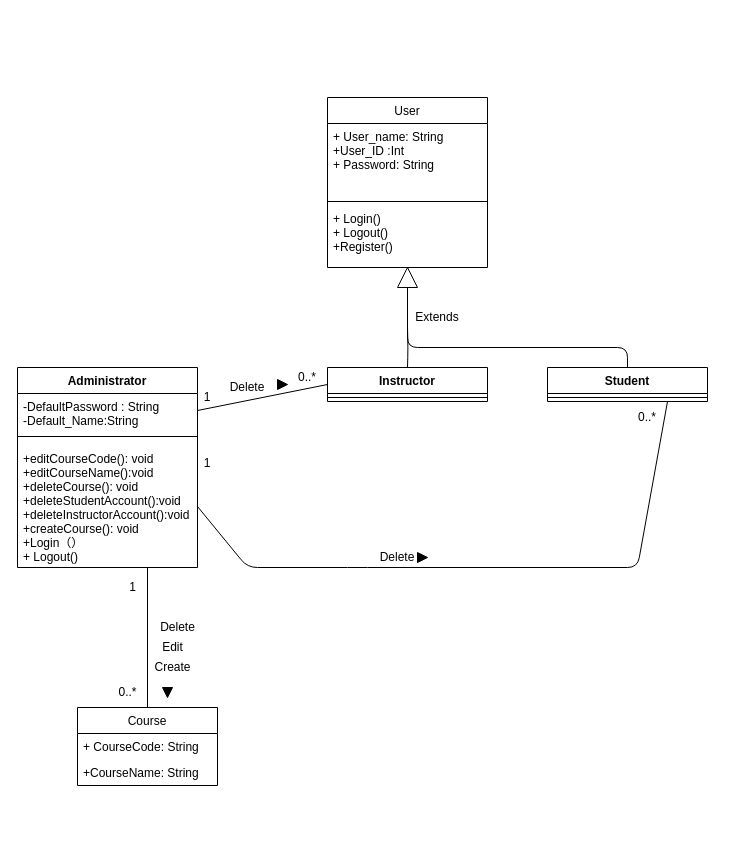
This is SEG2105_Project.drawio from Ze-48346/SEG2105_Project_Work, a draw.io file, before an edit. Source tidied: cells renumbered, new cells numbered last; positions are measured from the earlier drawing's top-left corner, leaving out a move shared by most shapes. Both pictures are drawn from the tidied source at 100%, with x=0, y=0 at pixel (17, 97).
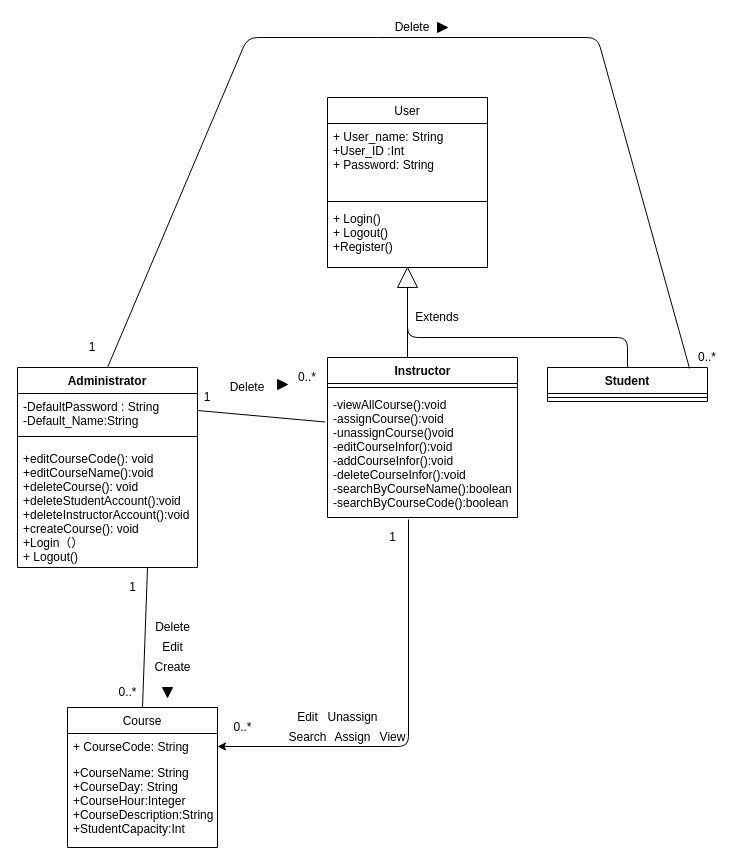
The same diagram, later.

The change refers to these unchanged cells:
```xml
<mxCell id="6" value=" Administrator" style="swimlane;fontStyle=1;align=center;verticalAlign=top;horizontal=1;startSize=26;" parent="1" vertex="1">
  <mxGeometry y="270" width="180" height="200" as="geometry" />
</mxCell>
<mxCell id="7" value="-DefaultPassword : String&#10;-Default_Name:String&#10;" style="text;strokeColor=none;fillColor=none;align=left;verticalAlign=top;spacingLeft=4;spacingRight=4;overflow=hidden;points=[[0,0.5],[1,0.5]];portConstraint=eastwest;" parent="6" vertex="1">
  <mxGeometry y="26" width="180" height="34" as="geometry" />
</mxCell>
<mxCell id="9" value="+editCourseCode(): void&#10;+editCourseName():void&#10;+deleteCourse(): void&#10;+deleteStudentAccount():void&#10;+deleteInstructorAccount():void&#10;+createCourse(): void&#10;+Login（）&#10;+ Logout()&#10;&#10;" style="text;strokeColor=none;fillColor=none;align=left;verticalAlign=top;spacingLeft=4;spacingRight=4;overflow=hidden;points=[[0,0.5],[1,0.5]];portConstraint=eastwest;" parent="6" vertex="1">
  <mxGeometry y="78" width="180" height="122" as="geometry" />
</mxCell>
<mxCell id="12" value="Student" style="swimlane;fontStyle=1;align=center;verticalAlign=top;horizontal=1;startSize=26;" parent="1" vertex="1">
  <mxGeometry x="530" y="270" width="160" height="34" as="geometry" />
</mxCell>
<mxCell id="36" style="triangle;whiteSpace=wrap;html=1;rotation=-90;" parent="1" vertex="1">
  <mxGeometry x="380" y="170" width="20" height="20" as="geometry" />
</mxCell>
```

Diff of the diagram source:
```diff
@@
-    <mxCell id="10" value="Instructor" style="swimlane;fontStyle=1;align=center;verticalAlign=top;horizontal=1;startSize=26;" parent="1" vertex="1">
-      <mxGeometry x="310" y="270" width="160" height="34" as="geometry" />
-    </mxCell>
-    <mxCell id="11" style="line;strokeWidth=1;fillColor=none;align=left;verticalAlign=middle;spacingTop=-1;spacingLeft=3;spacingRight=3;labelPosition=right;" parent="10" vertex="1">
-      <mxGeometry y="26" width="160" height="8" as="geometry" />
-    </mxCell>
@@
-    <mxCell id="14" style="endArrow=none;html=1;edgeStyle=orthogonalEdgeStyle;" parent="1" edge="1" target="10">
-      <mxGeometry relative="1" as="geometry">
-        <mxPoint x="390" y="230" as="sourcePoint" />
-      </mxGeometry>
-    </mxCell>
     <mxCell id="15" style="endArrow=none;html=1;edgeStyle=orthogonalEdgeStyle;entryX=0.5;entryY=0;entryDx=0;entryDy=0;exitX=0;exitY=0.5;exitDx=0;exitDy=0;" parent="1" edge="1" source="36" target="12">
       <mxGeometry relative="1" as="geometry">
         <Array as="points">
-          <mxPoint x="390" y="250" />
-          <mxPoint x="610" y="250" />
+          <mxPoint x="390" y="240" />
+          <mxPoint x="610" y="240" />
         </Array>
       </mxGeometry>
     </mxCell>
     <mxCell id="16" value="Course" style="swimlane;fontStyle=0;horizontal=1;startSize=26;fillColor=none;" parent="1" vertex="1">
-      <mxGeometry x="60" y="610" width="140" height="78" as="geometry" />
+      <mxGeometry x="50" y="610" width="150" height="140" as="geometry" />
     </mxCell>
     <mxCell id="17" value="+ CourseCode: String" style="text;strokeColor=none;fillColor=none;align=left;verticalAlign=top;spacingLeft=4;spacingRight=4;overflow=hidden;points=[[0,0.5],[1,0.5]];portConstraint=eastwest;" parent="16" vertex="1">
-      <mxGeometry y="26" width="140" height="26" as="geometry" />
+      <mxGeometry y="26" width="150" height="26" as="geometry" />
     </mxCell>
-    <mxCell id="18" value="+CourseName: String &#10;" style="text;strokeColor=none;fillColor=none;align=left;verticalAlign=top;spacingLeft=4;spacingRight=4;overflow=hidden;" parent="16" vertex="1">
-      <mxGeometry y="52" width="140" height="26" as="geometry" />
+    <mxCell id="18" value="+CourseName: String &#10;+CourseDay: String&#10;+CourseHour:Integer&#10;+CourseDescription:String&#10;+StudentCapacity:Int&#10;&#10;&#10;" style="text;strokeColor=none;fillColor=none;align=left;verticalAlign=top;spacingLeft=4;spacingRight=4;overflow=hidden;" parent="16" vertex="1">
+      <mxGeometry y="52" width="150" height="88" as="geometry" />
     </mxCell>
@@
-    <mxCell id="22" style="endArrow=none;html=1;entryX=0;entryY=0.5;entryDx=0;entryDy=0;exitX=1;exitY=0.5;exitDx=0;exitDy=0;" parent="1" edge="1" source="7" target="10">
+    <mxCell id="22" style="endArrow=none;html=1;entryX=-0.012;entryY=0.242;entryDx=0;entryDy=0;exitX=1;exitY=0.5;exitDx=0;exitDy=0;entryPerimeter=0;" parent="1" edge="1" source="7" target="40">
       <mxGeometry relative="1" as="geometry" />
     </mxCell>
@@
-    <mxCell id="27" style="endArrow=none;html=1;exitX=1;exitY=0.5;exitDx=0;exitDy=0;entryX=0.75;entryY=1;entryDx=0;entryDy=0;" parent="1" edge="1" source="9" target="12">
+    <mxCell id="27" style="endArrow=none;html=1;exitX=0.5;exitY=0;exitDx=0;exitDy=0;entryX=0.888;entryY=0.029;entryDx=0;entryDy=0;entryPerimeter=0;" parent="1" edge="1" source="6" target="12">
       <mxGeometry relative="1" as="geometry">
         <Array as="points">
-          <mxPoint x="230" y="470" />
-          <mxPoint x="340" y="470" />
-          <mxPoint x="620" y="470" />
+          <mxPoint x="230" y="-60" />
+          <mxPoint x="370" y="-60" />
+          <mxPoint x="580" y="-60" />
         </Array>
       </mxGeometry>
     </mxCell>
     <mxCell id="28" value="Delete" style="text;html=1;strokeColor=none;fillColor=none;align=center;verticalAlign=middle;whiteSpace=wrap;rounded=0;" parent="1" vertex="1">
-      <mxGeometry x="360" y="450" width="40" height="20" as="geometry" />
+      <mxGeometry x="375" y="-80" width="40" height="20" as="geometry" />
     </mxCell>
     <mxCell id="29" style="triangle;whiteSpace=wrap;html=1;fillColor=#000000;" parent="1" vertex="1">
-      <mxGeometry x="400" y="455" width="10" height="10" as="geometry" />
+      <mxGeometry x="420" y="-75" width="10" height="10" as="geometry" />
     </mxCell>
     <mxCell id="30" value="0..*" style="text;html=1;strokeColor=none;fillColor=none;align=center;verticalAlign=middle;whiteSpace=wrap;rounded=0;" parent="1" vertex="1">
-      <mxGeometry x="610" y="310" width="40" height="20" as="geometry" />
+      <mxGeometry x="670" y="250" width="40" height="20" as="geometry" />
     </mxCell>
     <mxCell id="31" value="1" style="text;html=1;strokeColor=none;fillColor=none;align=center;verticalAlign=middle;whiteSpace=wrap;rounded=0;" parent="1" vertex="1">
-      <mxGeometry x="170" y="356" width="40" height="20" as="geometry" />
+      <mxGeometry x="55" y="240" width="40" height="20" as="geometry" />
     </mxCell>
@@
     <mxCell id="33" value="Delete" style="text;html=1;align=center;verticalAlign=middle;strokeColor=none;" parent="1" vertex="1">
-      <mxGeometry x="135" y="520" width="50" height="20" as="geometry" />
+      <mxGeometry x="130" y="520" width="50" height="20" as="geometry" />
     </mxCell>
@@
+    <mxCell id="38" style="edgeStyle=orthogonalEdgeStyle;rounded=0;jettySize=auto;html=1;exitX=0.5;exitY=0;exitDx=0;exitDy=0;entryX=0;entryY=0.5;entryDx=0;entryDy=0;endArrow=none;endFill=0;" parent="1" edge="1" source="10" target="36">
+      <mxGeometry relative="1" as="geometry">
+        <Array as="points">
+          <mxPoint x="390" y="260" />
+        </Array>
+      </mxGeometry>
+    </mxCell>
+    <mxCell id="10" value="Instructor" style="swimlane;fontStyle=1;align=center;verticalAlign=top;horizontal=1;startSize=26;rounded=0;fillColor=none;gradientColor=none;html=1;" parent="1" vertex="1">
+      <mxGeometry x="310" y="260" width="190" height="160" as="geometry" />
+    </mxCell>
+    <mxCell id="39" style="line;strokeWidth=1;fillColor=none;align=left;verticalAlign=middle;spacingTop=-1;spacingLeft=3;spacingRight=3;labelPosition=right;" parent="10" vertex="1">
+      <mxGeometry y="26" width="190" height="8" as="geometry" />
+    </mxCell>
+    <mxCell id="40" value="-viewAllCourse():void&#10;-assignCourse():void&#10;-unassignCourse()void&#10;-editCourseInfor():void&#10;-addCourseInfor():void&#10;-deleteCourseInfor():void&#10;-searchByCourseName():boolean&#10;-searchByCourseCode():boolean&#10;" style="text;strokeColor=none;fillColor=none;align=left;verticalAlign=top;spacingLeft=4;spacingRight=4;overflow=hidden;points=[[0,0.5],[1,0.5]];portConstraint=eastwest;" parent="10" vertex="1">
+      <mxGeometry y="34" width="190" height="126" as="geometry" />
+    </mxCell>
+    <mxCell id="41" style="endArrow=classic;html=1;entryX=1;entryY=0.5;entryDx=0;entryDy=0;" parent="1" edge="1" target="17">
+      <mxGeometry relative="1" as="geometry">
+        <mxPoint x="391" y="422" as="sourcePoint" />
+        <Array as="points">
+          <mxPoint x="391" y="649" />
+        </Array>
+      </mxGeometry>
+    </mxCell>
+    <mxCell id="42" value="1" style="text;html=1;align=center;verticalAlign=middle;strokeColor=none;" parent="1" vertex="1">
+      <mxGeometry x="365" y="430" width="20" height="20" as="geometry" />
+    </mxCell>
+    <mxCell id="43" value="0..*" style="text;html=1;align=center;verticalAlign=middle;strokeColor=none;" parent="1" vertex="1">
+      <mxGeometry x="210" y="620" width="30" height="20" as="geometry" />
+    </mxCell>
+    <mxCell id="44" value="Search" style="text;html=1;align=center;verticalAlign=middle;strokeColor=none;" parent="1" vertex="1">
+      <mxGeometry x="265" y="630" width="50" height="20" as="geometry" />
+    </mxCell>
+    <mxCell id="45" value="Edit" style="text;html=1;align=center;verticalAlign=middle;strokeColor=none;" parent="1" vertex="1">
+      <mxGeometry x="270" y="610" width="40" height="20" as="geometry" />
+    </mxCell>
+    <mxCell id="46" value="Assign" style="text;html=1;align=center;verticalAlign=middle;strokeColor=none;" parent="1" vertex="1">
+      <mxGeometry x="310" y="630" width="50" height="20" as="geometry" />
+    </mxCell>
+    <mxCell id="47" value="View" style="text;html=1;align=center;verticalAlign=middle;strokeColor=none;" parent="1" vertex="1">
+      <mxGeometry x="355" y="630" width="40" height="20" as="geometry" />
+    </mxCell>
+    <mxCell id="48" value="Unassign" style="text;html=1;align=center;verticalAlign=middle;strokeColor=none;" parent="1" vertex="1">
+      <mxGeometry x="305" y="610" width="60" height="20" as="geometry" />
+    </mxCell>
```
